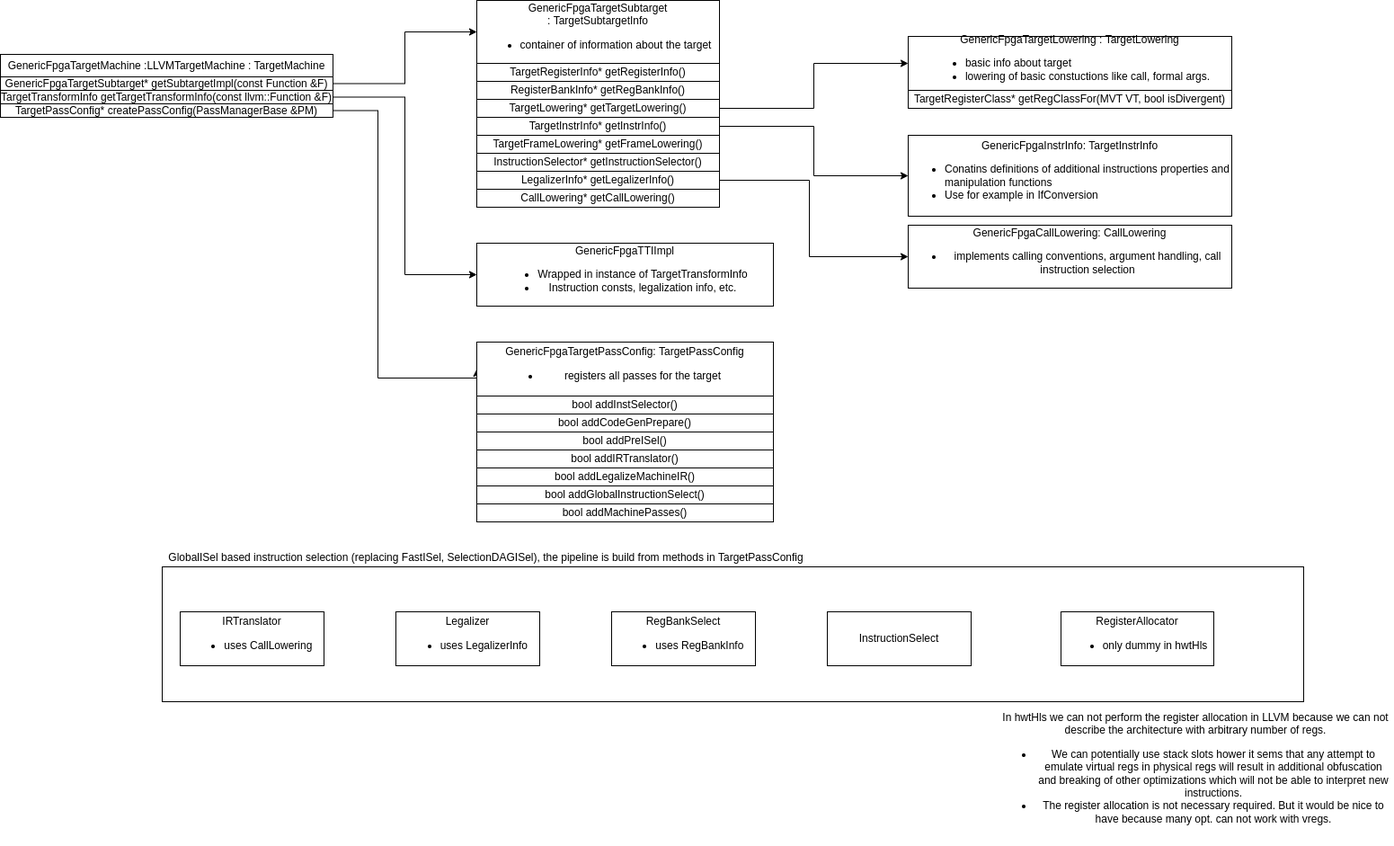
Before: doc/_static/hwtHls_llvm_backend.png, a diagram exported from draw.io (Nic30/hwtHls). Source tidied: cells renumbered, new cells last; positions are measured from the earlier drawing's top-left corner, leaving out a move shared by most shapes.
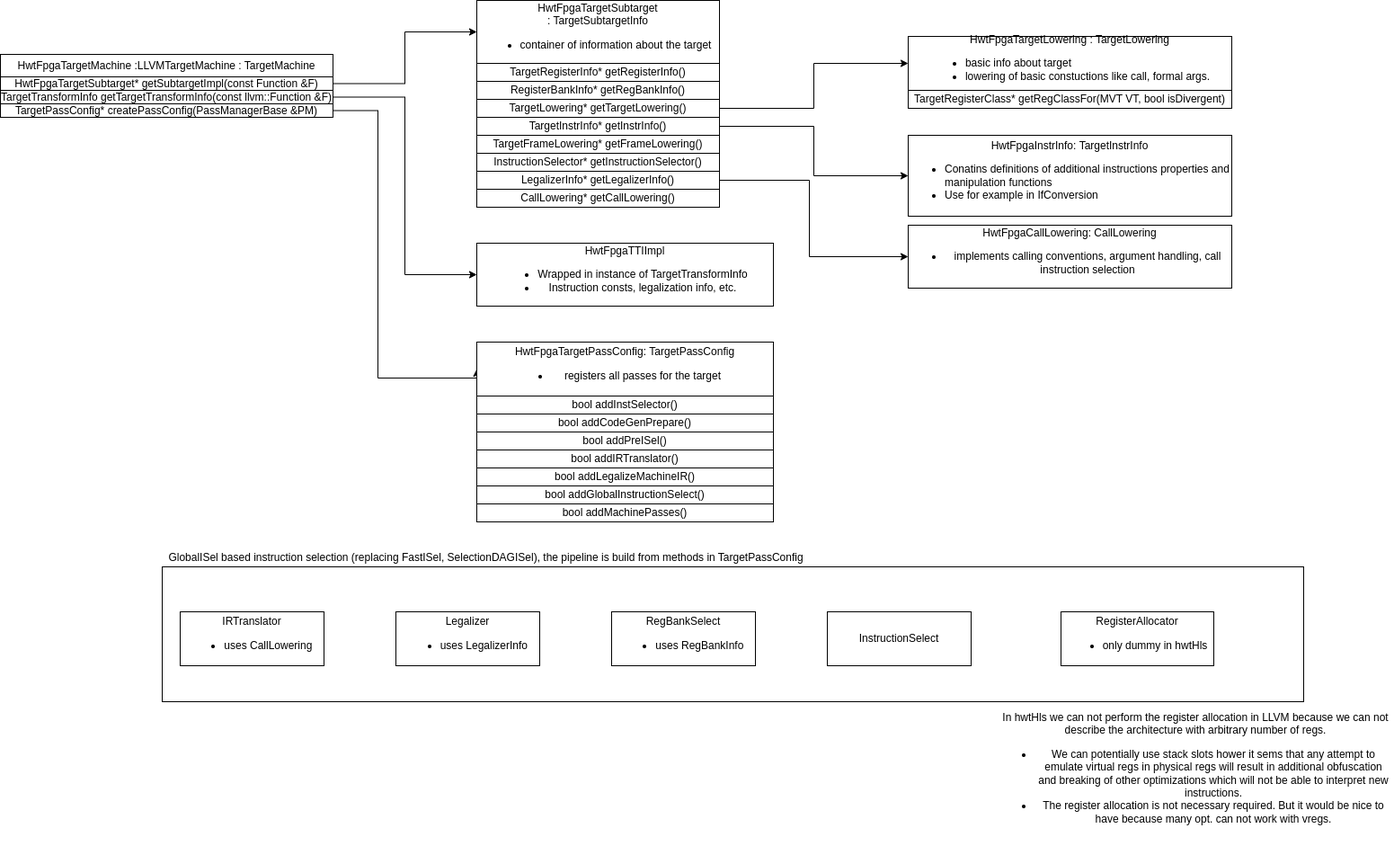
The same diagram one commit later.

The edit, as a diff of the source:
```diff
@@ -5,7 +5,7 @@
     <mxCell id="2" style="rounded=0;whiteSpace=wrap;html=1;" parent="1" vertex="1">
       <mxGeometry x="180" y="630" width="1270" height="150" as="geometry" />
     </mxCell>
-    <mxCell id="3" value="GenericFpgaTargetSubtarget&lt;br&gt;: TargetSubtargetInfo&lt;br&gt;&lt;ul&gt;&lt;li&gt;container of information about the target&lt;/li&gt;&lt;/ul&gt;" style="rounded=0;whiteSpace=wrap;html=1;" parent="1" vertex="1">
+    <mxCell id="3" value="HwtFpgaTargetSubtarget&lt;br&gt;: TargetSubtargetInfo&lt;br&gt;&lt;ul&gt;&lt;li&gt;container of information about the target&lt;/li&gt;&lt;/ul&gt;" style="rounded=0;whiteSpace=wrap;html=1;" parent="1" vertex="1">
       <mxGeometry x="530" width="270" height="70" as="geometry" />
     </mxCell>
     <mxCell id="4" value="TargetRegisterInfo* getRegisterInfo()" style="rounded=0;whiteSpace=wrap;html=1;" parent="1" vertex="1">
@@ -47,19 +47,19 @@
     <mxCell id="14" value="RegisterBankInfo* getRegBankInfo()" style="rounded=0;whiteSpace=wrap;html=1;" parent="1" vertex="1">
       <mxGeometry x="530" y="90" width="270" height="20" as="geometry" />
     </mxCell>
-    <mxCell id="15" value="GenericFpgaTargetLowering : TargetLowering&lt;br&gt;&lt;ul&gt;&lt;li style=&quot;text-align: left&quot;&gt;&lt;span&gt;basic info about target&lt;/span&gt;&lt;/li&gt;&lt;li&gt;lowering of basic constuctions like call, formal args.&lt;/li&gt;&lt;/ul&gt;" style="rounded=0;whiteSpace=wrap;html=1;" parent="1" vertex="1">
+    <mxCell id="15" value="HwtFpgaTargetLowering : TargetLowering&lt;br&gt;&lt;ul&gt;&lt;li style=&quot;text-align: left&quot;&gt;&lt;span&gt;basic info about target&lt;/span&gt;&lt;/li&gt;&lt;li&gt;lowering of basic constuctions like call, formal args.&lt;/li&gt;&lt;/ul&gt;" style="rounded=0;whiteSpace=wrap;html=1;" parent="1" vertex="1">
       <mxGeometry x="1010" y="40" width="360" height="60" as="geometry" />
     </mxCell>
     <mxCell id="16" value="&lt;div&gt;TargetRegisterClass* getRegClassFor(MVT VT,&amp;nbsp;&lt;span&gt;bool isDivergent)&lt;/span&gt;&lt;/div&gt;" style="rounded=0;whiteSpace=wrap;html=1;" parent="1" vertex="1">
       <mxGeometry x="1010" y="100" width="360" height="20" as="geometry" />
     </mxCell>
-    <mxCell id="17" value="GenericFpgaTargetMachine :LLVMTargetMachine : TargetMachine" style="rounded=0;whiteSpace=wrap;html=1;" parent="1" vertex="1">
+    <mxCell id="17" value="HwtFpgaTargetMachine :LLVMTargetMachine : TargetMachine" style="rounded=0;whiteSpace=wrap;html=1;" parent="1" vertex="1">
       <mxGeometry y="60" width="370" height="25" as="geometry" />
     </mxCell>
     <mxCell id="18" style="edgeStyle=orthogonalEdgeStyle;rounded=0;jettySize=auto;html=1;exitX=1;exitY=0.5;exitDx=0;exitDy=0;entryX=0;entryY=0.5;entryDx=0;entryDy=0;" parent="1" edge="1" source="19" target="3">
       <mxGeometry relative="1" as="geometry" />
     </mxCell>
-    <mxCell id="19" value="&lt;div&gt;GenericFpgaTargetSubtarget* getSubtargetImpl(&lt;span&gt;const Function &amp;amp;F)&lt;/span&gt;&lt;/div&gt;" style="rounded=0;whiteSpace=wrap;html=1;" parent="1" vertex="1">
+    <mxCell id="19" value="&lt;div&gt;HwtFpgaTargetSubtarget* getSubtargetImpl(&lt;span&gt;const Function &amp;amp;F)&lt;/span&gt;&lt;/div&gt;" style="rounded=0;whiteSpace=wrap;html=1;" parent="1" vertex="1">
       <mxGeometry y="85" width="370" height="15" as="geometry" />
     </mxCell>
     <mxCell id="20" style="edgeStyle=orthogonalEdgeStyle;rounded=0;jettySize=auto;html=1;exitX=1;exitY=0.5;exitDx=0;exitDy=0;entryX=0;entryY=0.5;entryDx=0;entryDy=0;" parent="1" edge="1" source="21" target="24">
@@ -79,10 +79,10 @@
     <mxCell id="23" value="TargetPassConfig* createPassConfig(PassManagerBase &amp;amp;PM)" style="rounded=0;whiteSpace=wrap;html=1;" parent="1" vertex="1">
       <mxGeometry y="115" width="370" height="15" as="geometry" />
     </mxCell>
-    <mxCell id="24" value="GenericFpgaTTIImpl&lt;br&gt;&lt;ul&gt;&lt;li&gt;Wrapped in instance of&amp;nbsp;TargetTransformInfo&lt;/li&gt;&lt;li&gt;Instruction consts, legalization info, etc.&lt;/li&gt;&lt;/ul&gt;" style="rounded=0;whiteSpace=wrap;html=1;" parent="1" vertex="1">
+    <mxCell id="24" value="HwtFpgaTTIImpl&lt;br&gt;&lt;ul&gt;&lt;li&gt;Wrapped in instance of&amp;nbsp;TargetTransformInfo&lt;/li&gt;&lt;li&gt;Instruction consts, legalization info, etc.&lt;/li&gt;&lt;/ul&gt;" style="rounded=0;whiteSpace=wrap;html=1;" parent="1" vertex="1">
       <mxGeometry x="530" y="270" width="330" height="70" as="geometry" />
     </mxCell>
-    <mxCell id="25" value="GenericFpgaTargetPassConfig:&amp;nbsp;TargetPassConfig&lt;br&gt;&lt;ul&gt;&lt;li&gt;registers all passes for the target&lt;/li&gt;&lt;/ul&gt;" style="rounded=0;whiteSpace=wrap;html=1;" parent="1" vertex="1">
+    <mxCell id="25" value="HwtFpgaTargetPassConfig:&amp;nbsp;TargetPassConfig&lt;br&gt;&lt;ul&gt;&lt;li&gt;registers all passes for the target&lt;/li&gt;&lt;/ul&gt;" style="rounded=0;whiteSpace=wrap;html=1;" parent="1" vertex="1">
       <mxGeometry x="530" y="380" width="330" height="60" as="geometry" />
     </mxCell>
     <mxCell id="26" value="bool addInstSelector()" style="rounded=0;whiteSpace=wrap;html=1;" parent="1" vertex="1">
@@ -127,10 +127,10 @@
     <mxCell id="39" value="RegisterAllocator&lt;br&gt;&lt;ul&gt;&lt;li&gt;only dummy in hwtHls&lt;/li&gt;&lt;/ul&gt;" style="rounded=0;whiteSpace=wrap;html=1;" parent="1" vertex="1">
       <mxGeometry x="1180" y="680" width="170" height="60" as="geometry" />
     </mxCell>
-    <mxCell id="40" value="GenericFpgaInstrInfo:&amp;nbsp;TargetInstrInfo&lt;br&gt;&lt;ul&gt;&lt;li style=&quot;text-align: left;&quot;&gt;Conatins definitions of additional instructions properties and manipulation functions&lt;/li&gt;&lt;li style=&quot;text-align: left;&quot;&gt;Use for example in IfConversion&lt;/li&gt;&lt;/ul&gt;" style="rounded=0;whiteSpace=wrap;html=1;" parent="1" vertex="1">
+    <mxCell id="40" value="HwtFpgaInstrInfo:&amp;nbsp;TargetInstrInfo&lt;br&gt;&lt;ul&gt;&lt;li style=&quot;text-align: left;&quot;&gt;Conatins definitions of additional instructions properties and manipulation functions&lt;/li&gt;&lt;li style=&quot;text-align: left;&quot;&gt;Use for example in IfConversion&lt;/li&gt;&lt;/ul&gt;" style="rounded=0;whiteSpace=wrap;html=1;" parent="1" vertex="1">
       <mxGeometry x="1010" y="150" width="360" height="90" as="geometry" />
     </mxCell>
-    <mxCell id="41" value="&lt;span style=&quot;background-color: initial;&quot;&gt;GenericFpgaCallLowering: CallLowering&lt;/span&gt;&lt;br&gt;&lt;ul&gt;&lt;li&gt;implements calling conventions, argument handling, call instruction selection&lt;/li&gt;&lt;/ul&gt;" style="rounded=0;whiteSpace=wrap;html=1;" parent="1" vertex="1">
+    <mxCell id="41" value="&lt;span style=&quot;background-color: initial;&quot;&gt;HwtFpgaCallLowering: CallLowering&lt;/span&gt;&lt;br&gt;&lt;ul&gt;&lt;li&gt;implements calling conventions, argument handling, call instruction selection&lt;/li&gt;&lt;/ul&gt;" style="rounded=0;whiteSpace=wrap;html=1;" parent="1" vertex="1">
       <mxGeometry x="1010" y="250" width="360" height="70" as="geometry" />
     </mxCell>
   </root>
```
